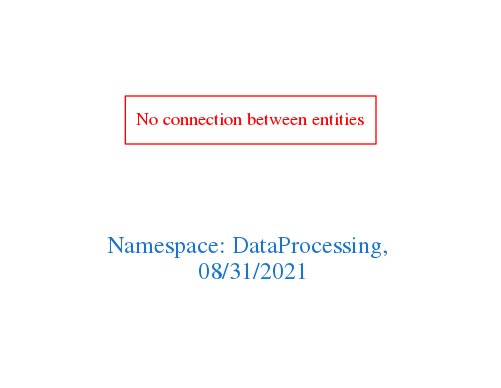
The Graphviz diagram downloads/DataProcessing.png in arago/OGIT, before a commit. Its source is kept beside it as downloads/DataProcessing.dot. The source it was exported from:
```dot
digraph OGIT_ontology {
 graph [ rankdir= LR,pad=1
fontsize = 18,
fontcolor= dodgerblue3,label = "\n\n\nNamespace: DataProcessing, \n 08/31/2021"];
node[shape=polygon];
edge [  color="gray81"];

"No connection between entities" [fontcolor = "red",color="red", shape="polygon"]
}
```
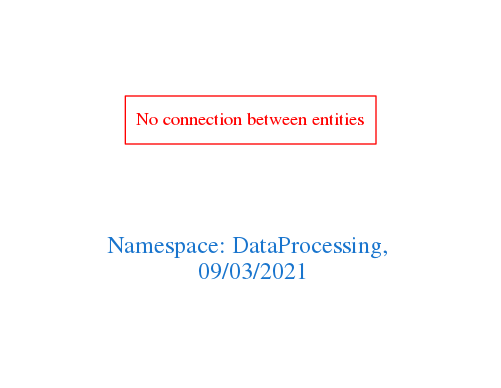
After the commit.

What changed in the source:
```diff
@@ -1,7 +1,7 @@
 digraph OGIT_ontology {
  graph [ rankdir= LR,pad=1
 fontsize = 18,
-fontcolor= dodgerblue3,label = "\n\n\nNamespace: DataProcessing, \n 08/31/2021"];
+fontcolor= dodgerblue3,label = "\n\n\nNamespace: DataProcessing, \n 09/03/2021"];
 node[shape=polygon];
 edge [  color="gray81"];
 
```
